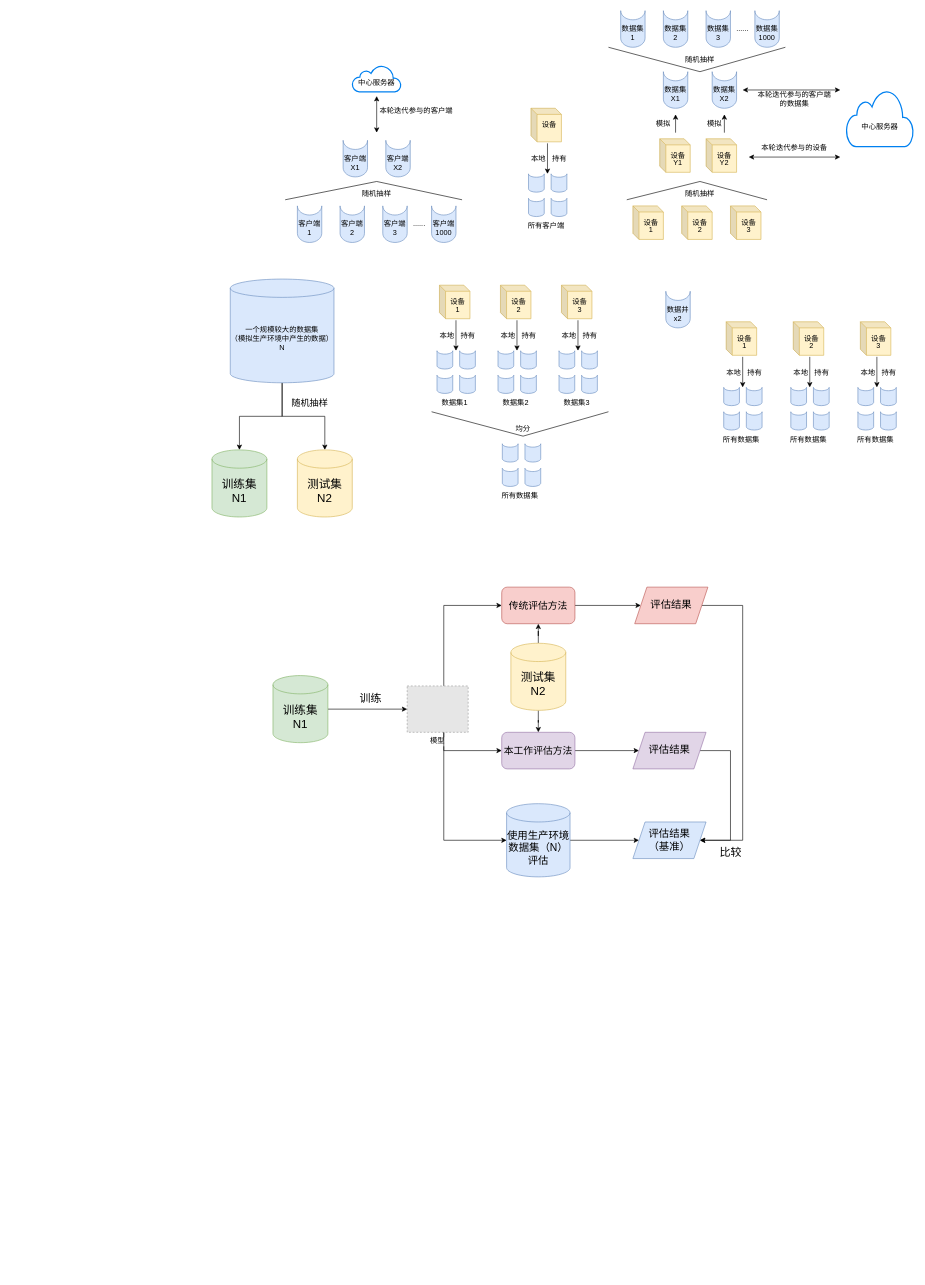
The draw.io diagram Untitled Diagram.drawio in DiamondDocument/DiamondDocument, before the edit. Source tidied: cells renumbered, new cells numbered last; positions are measured from the earlier drawing's top-left corner, leaving out a move shared by most shapes. Both pictures are drawn from the tidied source at 61%, with x=0, y=0 at pixel (212, 10). Pictures stored in the file or linked from it are replaced by grey dashed boxes.
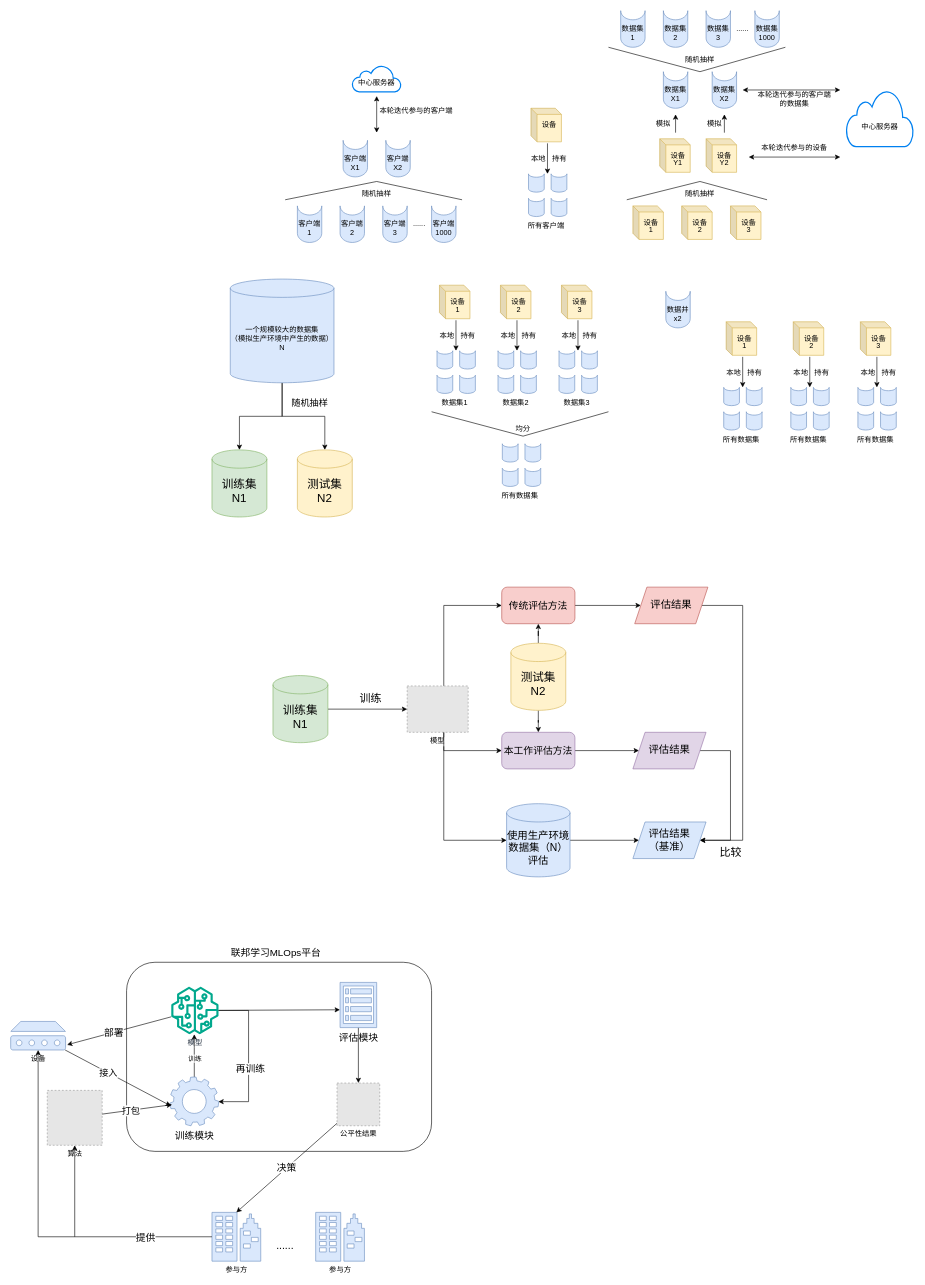
The same page after the edit.

What changed in the source:
```diff
@@
+    <mxCell id="239" style="rounded=1;whiteSpace=wrap;html=1;fillColor=none;" parent="1" vertex="1">
+      <mxGeometry x="-140" y="1560" width="500" height="310" as="geometry" />
+    </mxCell>
+    <mxCell id="240" style="edgeStyle=orthogonalEdgeStyle;rounded=0;jettySize=auto;html=1;" parent="1" edge="1" source="242" target="248">
+      <mxGeometry relative="1" as="geometry">
+        <Array as="points">
+          <mxPoint x="-29" y="1700" />
+          <mxPoint x="-29" y="1700" />
+        </Array>
+      </mxGeometry>
+    </mxCell>
+    <mxCell id="241" value="训练" style="edgeLabel;html=1;align=center;verticalAlign=middle;" parent="240" vertex="1">
+      <mxGeometry x="-0.11" relative="1" as="geometry" />
+    </mxCell>
+    <mxCell id="242" value="训练模块" style="sketch=0;html=1;strokeColor=#6c8ebf;shadow=0;fillColor=#dae8fc;verticalAlign=top;labelPosition=center;verticalLabelPosition=bottom;shape=mxgraph.gcp2.gear;fontSize=16;" parent="1" vertex="1">
+      <mxGeometry x="-69" y="1748" width="80" height="80" as="geometry" />
+    </mxCell>
+    <mxCell id="243" style="edgeStyle=orthogonalEdgeStyle;rounded=0;jettySize=auto;html=1;entryX=0.5;entryY=0;entryDx=0;entryDy=0;" parent="1" edge="1" source="244" target="247">
+      <mxGeometry relative="1" as="geometry" />
+    </mxCell>
+    <mxCell id="244" value="评估模块&lt;br&gt;" style="sketch=0;html=1;strokeColor=#6c8ebf;shadow=0;fillColor=#dae8fc;verticalAlign=top;labelPosition=center;verticalLabelPosition=bottom;shape=mxgraph.gcp2.view_list;fontSize=16;" parent="1" vertex="1">
+      <mxGeometry x="210" y="1593" width="60" height="74.1" as="geometry" />
+    </mxCell>
+    <mxCell id="245" value="参与方" style="verticalLabelPosition=bottom;html=1;verticalAlign=top;align=center;strokeColor=#6c8ebf;fillColor=#dae8fc;shape=mxgraph.azure.enterprise;" parent="1" vertex="1">
+      <mxGeometry y="1970" width="80" height="80" as="geometry" />
+    </mxCell>
+    <mxCell id="246" value="设备" style="sketch=0;shadow=0;dashed=0;html=1;strokeColor=#6c8ebf;labelPosition=center;verticalLabelPosition=bottom;verticalAlign=top;align=center;fillColor=#dae8fc;shape=mxgraph.mscae.enterprise.device;" parent="1" vertex="1">
+      <mxGeometry x="-330" y="1657" width="90" height="46.8" as="geometry" />
+    </mxCell>
+    <mxCell id="247" value="公平性结果" style="fillColor=#E6E6E6;strokeColor=#999999;dashed=1;html=1;verticalAlign=top;verticalLabelPosition=bottom;labelBackgroundColor=#ffffff;" parent="1" vertex="1">
+      <mxGeometry x="205" y="1758" width="70" height="70" as="geometry" />
+    </mxCell>
+    <mxCell id="248" value="模型" style="sketch=0;outlineConnect=0;fontColor=#232F3E;gradientColor=none;fillColor=#01A88D;strokeColor=none;dashed=0;verticalLabelPosition=bottom;verticalAlign=top;align=center;html=1;fontSize=12;fontStyle=0;shape=mxgraph.aws4.sagemaker_model;" parent="1" vertex="1">
+      <mxGeometry x="-67" y="1600" width="78" height="78" as="geometry" />
+    </mxCell>
+    <mxCell id="249" style="rounded=0;jettySize=auto;html=1;entryX=-0.004;entryY=0.606;entryDx=0;entryDy=0;entryPerimeter=0;" parent="1" edge="1" source="248" target="244">
+      <mxGeometry relative="1" as="geometry" />
+    </mxCell>
+    <mxCell id="250" value="联邦学习MLOps平台" style="text;html=1;strokeColor=none;fillColor=none;align=center;verticalAlign=middle;whiteSpace=wrap;rounded=0;fontSize=16;" parent="1" vertex="1">
+      <mxGeometry x="20" y="1530" width="170" height="30" as="geometry" />
+    </mxCell>
+    <mxCell id="251" style="rounded=0;jettySize=auto;html=1;entryX=0.019;entryY=0.593;entryDx=0;entryDy=0;entryPerimeter=0;" parent="1" edge="1" source="246" target="242">
+      <mxGeometry relative="1" as="geometry" />
+    </mxCell>
+    <mxCell id="252" value="接入" style="edgeLabel;html=1;align=center;verticalAlign=middle;fontSize=15;" parent="251" vertex="1">
+      <mxGeometry x="-0.19" relative="1" as="geometry" />
+    </mxCell>
+    <mxCell id="253" style="rounded=0;jettySize=auto;html=1;entryX=1.028;entryY=0.818;entryDx=0;entryDy=0;entryPerimeter=0;" parent="1" edge="1" source="248" target="246">
+      <mxGeometry relative="1" as="geometry" />
+    </mxCell>
+    <mxCell id="254" value="部署" style="edgeLabel;html=1;align=center;verticalAlign=middle;fontSize=16;" parent="253" vertex="1">
+      <mxGeometry x="0.11" relative="1" as="geometry" />
+    </mxCell>
+    <mxCell id="255" style="rounded=0;jettySize=auto;html=1;entryX=0.5;entryY=0;entryDx=0;entryDy=0;entryPerimeter=0;" parent="1" edge="1" source="247" target="245">
+      <mxGeometry relative="1" as="geometry" />
+    </mxCell>
+    <mxCell id="256" value="决策" style="edgeLabel;html=1;align=center;verticalAlign=middle;fontSize=16;" parent="255" vertex="1">
+      <mxGeometry y="-2" relative="1" as="geometry" />
+    </mxCell>
+    <mxCell id="257" value="参与方" style="verticalLabelPosition=bottom;html=1;verticalAlign=top;align=center;strokeColor=#6c8ebf;fillColor=#dae8fc;shape=mxgraph.azure.enterprise;" parent="1" vertex="1">
+      <mxGeometry x="170" y="1970" width="80" height="80" as="geometry" />
+    </mxCell>
+    <mxCell id="258" style="edgeStyle=orthogonalEdgeStyle;rounded=0;jettySize=auto;html=1;entryX=0.994;entryY=0.506;entryDx=0;entryDy=0;entryPerimeter=0;" parent="1" edge="1" source="248" target="242">
+      <mxGeometry relative="1" as="geometry">
+        <Array as="points">
+          <mxPoint x="60" y="1639" />
+          <mxPoint x="60" y="1788" />
+        </Array>
+      </mxGeometry>
+    </mxCell>
+    <mxCell id="259" value="再训练" style="edgeLabel;html=1;align=center;verticalAlign=middle;fontSize=16;" parent="258" vertex="1">
+      <mxGeometry x="0.17" y="1" relative="1" as="geometry">
+        <mxPoint x="1" as="offset" />
+      </mxGeometry>
+    </mxCell>
+    <mxCell id="260" value="......" style="text;html=1;strokeColor=none;fillColor=none;align=center;verticalAlign=middle;whiteSpace=wrap;rounded=0;fontSize=17;" parent="1" vertex="1">
+      <mxGeometry x="90" y="2010" width="60" height="30" as="geometry" />
+    </mxCell>
+    <mxCell id="261" style="edgeStyle=orthogonalEdgeStyle;rounded=0;jettySize=auto;html=1;entryX=0.5;entryY=1;entryDx=0;entryDy=0;entryPerimeter=0;" parent="1" edge="1" source="245" target="246">
+      <mxGeometry relative="1" as="geometry" />
+    </mxCell>
+    <mxCell id="262" value="提供" style="edgeLabel;html=1;align=center;verticalAlign=middle;fontSize=16;" parent="261" vertex="1">
+      <mxGeometry x="-0.1" y="3" relative="1" as="geometry">
+        <mxPoint x="156" y="-3" as="offset" />
+      </mxGeometry>
+    </mxCell>
+    <mxCell id="263" value="算法" style="fillColor=#E6E6E6;strokeColor=#999999;dashed=1;html=1;verticalAlign=top;verticalLabelPosition=bottom;labelBackgroundColor=#ffffff;" parent="1" vertex="1">
+      <mxGeometry x="-270" y="1770" width="90" height="90" as="geometry" />
+    </mxCell>
+    <mxCell id="264" style="rounded=0;jettySize=auto;html=1;entryX=0.044;entryY=0.568;entryDx=0;entryDy=0;entryPerimeter=0;" parent="1" edge="1" source="263" target="242">
+      <mxGeometry relative="1" as="geometry" />
+    </mxCell>
+    <mxCell id="265" value="打包" style="edgeLabel;html=1;align=center;verticalAlign=middle;fontSize=15;" parent="264" vertex="1">
+      <mxGeometry x="-0.19" relative="1" as="geometry" />
+    </mxCell>
+    <mxCell id="266" style="endArrow=classic;html=1;rounded=0;entryX=0.5;entryY=1;entryDx=0;entryDy=0;" parent="1" edge="1" target="263">
+      <mxGeometry relative="1" as="geometry">
+        <mxPoint x="-225" y="2010" as="sourcePoint" />
+      </mxGeometry>
+    </mxCell>
```
